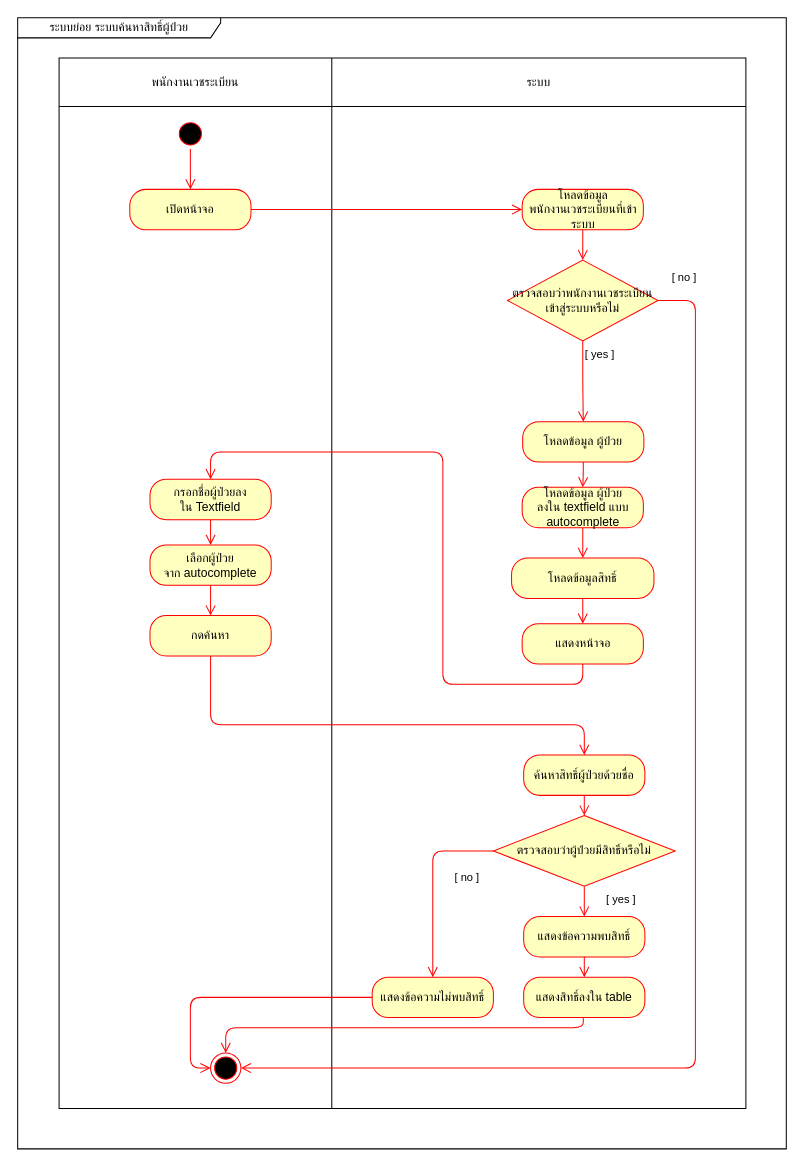
sut63/team10 keeps this draw.io diagram as page "System Activity Diagram" (3 of 5) of draw_io/b6103866-2.drawio. Above is the earlier version. Source tidied: cells renumbered, new cells numbered last; positions are measured from the earlier drawing's top-left corner, leaving out a move shared by most shapes. Both pictures are drawn from the tidied source at 101%, with x=0, y=0 at pixel (17, 17).
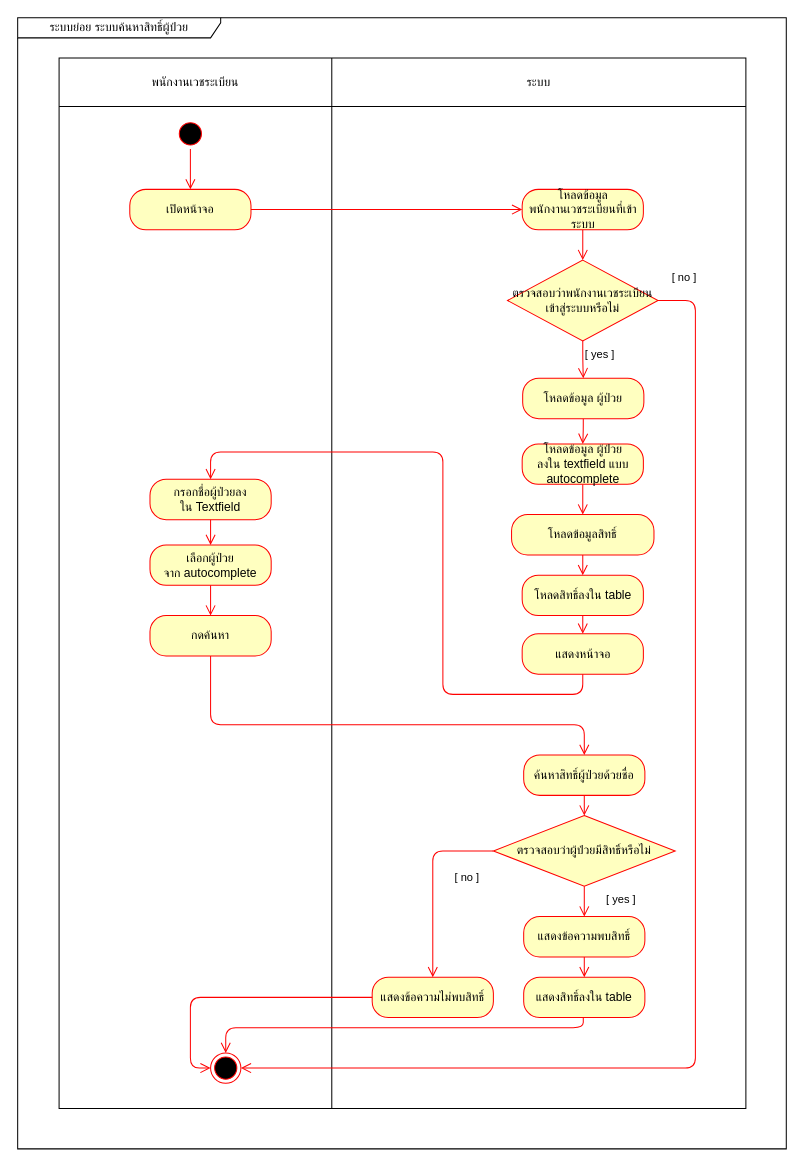
Above is the later version.

Unchanged cells that the change refers to:
```xml
<mxCell id="17" value="&lt;span&gt;กรอกชื่อ&lt;/span&gt;ผู้ป่วยลงใน&lt;span&gt;&amp;nbsp;Textfield&lt;/span&gt;" style="rounded=1;whiteSpace=wrap;html=1;arcSize=40;fontColor=#000000;fillColor=#ffffc0;strokeColor=#ff0000;" parent="1" vertex="1">
  <mxGeometry x="131" y="457" width="120" height="40" as="geometry" />
</mxCell>
```

What changed in the source:
```diff
@@
     <mxCell id="12" value="แสดงหน้าจอ" style="rounded=1;whiteSpace=wrap;html=1;arcSize=40;fontColor=#000000;fillColor=#ffffc0;strokeColor=#ff0000;" parent="1" vertex="1">
-      <mxGeometry x="499.5" y="600" width="120" height="40" as="geometry" />
+      <mxGeometry x="499.5" y="610" width="120" height="40" as="geometry" />
     </mxCell>
@@
     <mxCell id="28" style="edgeStyle=orthogonalEdgeStyle;html=1;verticalAlign=bottom;endArrow=open;endSize=8;strokeColor=#ff0000;exitX=0.5;exitY=1;exitDx=0;exitDy=0;entryX=0.5;entryY=0;entryDx=0;entryDy=0;" parent="1" edge="1" source="12" target="17">
       <mxGeometry relative="1" as="geometry">
         <Array as="points">
-          <mxPoint x="560" y="660" />
-          <mxPoint x="421" y="660" />
+          <mxPoint x="560" y="670" />
+          <mxPoint x="421" y="670" />
           <mxPoint x="421" y="430" />
           <mxPoint x="191" y="430" />
         </Array>
       </mxGeometry>
     </mxCell>
@@
     <mxCell id="33" value="โหลดข้อมูล ผู้ป่วย&lt;br&gt;ลงใน textfield แบบ autocomplete" style="rounded=1;whiteSpace=wrap;html=1;arcSize=40;fontColor=#000000;fillColor=#ffffc0;strokeColor=#ff0000;" parent="1" vertex="1">
-      <mxGeometry x="499.5" y="465" width="120" height="40" as="geometry" />
+      <mxGeometry x="499.5" y="422" width="120" height="40" as="geometry" />
     </mxCell>
     <mxCell id="34" value="โหลดข้อมูลสิทธิ์" style="rounded=1;whiteSpace=wrap;html=1;arcSize=40;fontColor=#000000;fillColor=#ffffc0;strokeColor=#ff0000;" parent="1" vertex="1">
-      <mxGeometry x="489" y="535" width="141" height="40" as="geometry" />
+      <mxGeometry x="489" y="492" width="141" height="40" as="geometry" />
     </mxCell>
@@
-    <mxCell id="36" style="edgeStyle=orthogonalEdgeStyle;html=1;verticalAlign=bottom;endArrow=open;endSize=8;strokeColor=#ff0000;exitX=0.5;exitY=1;exitDx=0;exitDy=0;entryX=0.5;entryY=0;entryDx=0;entryDy=0;" parent="1" edge="1" source="34" target="12">
+    <mxCell id="36" style="edgeStyle=orthogonalEdgeStyle;html=1;verticalAlign=bottom;endArrow=open;endSize=8;strokeColor=#ff0000;exitX=0.5;exitY=1;exitDx=0;exitDy=0;entryX=0.5;entryY=0;entryDx=0;entryDy=0;" parent="1" edge="1" source="45" target="12">
       <mxGeometry relative="1" as="geometry" />
     </mxCell>
@@
     <mxCell id="40" value="โหลดข้อมูล ผู้ป่วย&lt;br&gt;" style="rounded=1;whiteSpace=wrap;html=1;arcSize=40;fontColor=#000000;fillColor=#ffffc0;strokeColor=#ff0000;" parent="1" vertex="1">
-      <mxGeometry x="500" y="400" width="120" height="40" as="geometry" />
+      <mxGeometry x="500" y="357" width="120" height="40" as="geometry" />
     </mxCell>
@@
+    <mxCell id="45" value="&lt;span&gt;โหลดสิทธิ์ลงใน table&lt;/span&gt;" style="rounded=1;whiteSpace=wrap;html=1;arcSize=40;fontColor=#000000;fillColor=#ffffc0;strokeColor=#ff0000;" parent="1" vertex="1">
+      <mxGeometry x="499.5" y="552" width="120" height="40" as="geometry" />
+    </mxCell>
+    <mxCell id="46" style="edgeStyle=orthogonalEdgeStyle;html=1;verticalAlign=bottom;endArrow=open;endSize=8;strokeColor=#ff0000;exitX=0.5;exitY=1;exitDx=0;exitDy=0;entryX=0.5;entryY=0;entryDx=0;entryDy=0;" parent="1" edge="1" source="34" target="45">
+      <mxGeometry relative="1" as="geometry" />
+    </mxCell>
```
